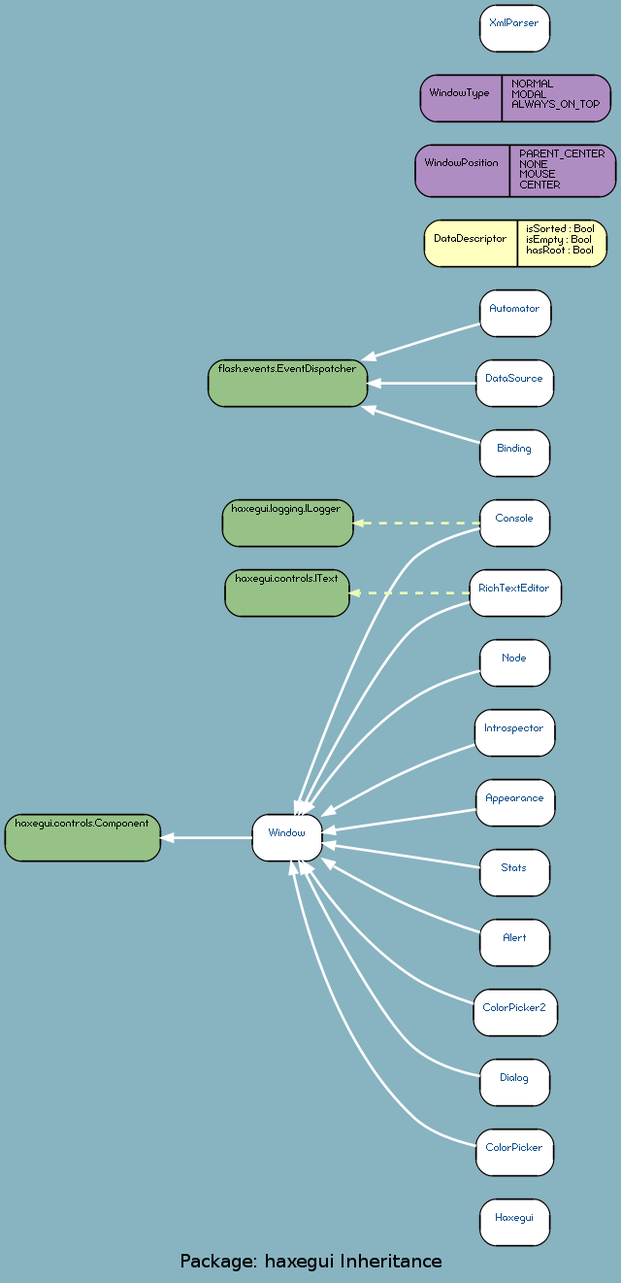
This is docs/uml/haxegui_I.png from google-code-export/haxegui, a Graphviz export, as it was before one commit. Its source is kept beside it as docs/uml/haxegui_I.dot.
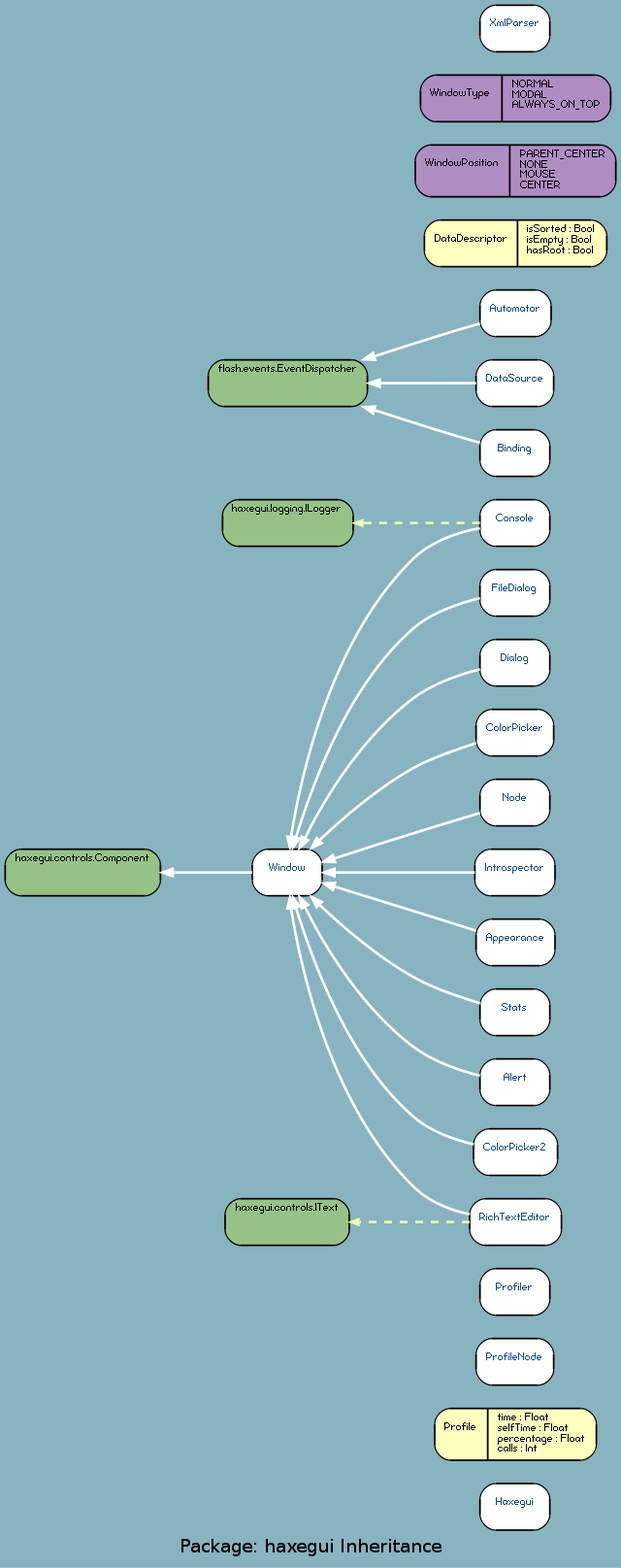
Above is the later version.

Change to the diagram source:
```diff
@@ -3,44 +3,49 @@
 	node [label="\N", style="rounded,filled", fillcolor="#96c288", fontcolor="#104E8B", fontname="FFF Harmony", fontsize=6, shape=record, color=black];
 	edge [fontname=Sans, fontsize=8, minlen="1.2", color=black, fontcolor=black];
 	graph [lp="236,12",
-		bb="0,0,472,983"];
+		bb="0,0,472,1203"];
 	"haxegui.Haxegui" [label="{\nHaxegui}", fillcolor=white, URL="../types/haxegui/Haxegui.html", tooltip="\nHaxegui", portPos=w, pos="394,43", rects="367,25,421,61", width="0.75", height="0.50"];
-	"haxegui.Window" [label="{\nWindow}", fillcolor=white, URL="../types/haxegui/Window.html", tooltip="\nWindow", portPos=w, pos="218,340", rects="191,322,245,358", width="0.75", height="0.50"];
-	"haxegui.controls.Component" [fontcolor=black, pos="60,340", rects="0,322,120,358", width="1.67", height="0.50"];
-	"haxegui.Dialog" [label="{\nDialog}", fillcolor=white, URL="../types/haxegui/Dialog.html", tooltip="\nDialog", portPos=w, pos="394,151", rects="367,133,421,169", width="0.75", height="0.50"];
-	"haxegui.Console" [label="{\nConsole}", fillcolor=white, URL="../types/haxegui/Console.html", tooltip="\nConsole", portPos=w, pos="394,583", rects="367,565,421,601", width="0.75", height="0.50"];
-	"haxegui.logging.ILogger" [fontcolor=black, pos="218,583", rects="168,565,269,601", width="1.39", height="0.50"];
-	"haxegui.Automator" [label="{\nAutomator}", fillcolor=white, URL="../types/haxegui/Automator.html", tooltip="\nAutomator", portPos=w, pos="394,745", rects="367,727,422,763", width="0.75", height="0.50"];
-	"flash.events.EventDispatcher" [fontcolor=black, pos="218,691", rects="157,673,280,709", width="1.69", height="0.50"];
-	"haxegui.RichTextEditor" [label="{\nRichTextEditor}", fillcolor=white, URL="../types/haxegui/RichTextEditor.html", tooltip="\nRichTextEditor", portPos=w, pos="394,529", rects="359,511,430,547", width="0.97", height="0.50"];
-	"haxegui.controls.IText" [fontcolor=black, pos="218,529", rects="170,511,266,547", width="1.33", height="0.50"];
-	"haxegui.DataDescriptor" [label="{\nDataDescriptor|isSorted : Bool\lisEmpty : Bool\lhasRoot : Bool\l}", fillcolor="#ffffbf", fontcolor=black, pos="394,799", rects="324,781,396,817 396,781,465,817", width="1.94", height="0.50"];
-	"haxegui.DataSource" [label="{\nDataSource}", fillcolor=white, URL="../types/haxegui/DataSource.html", tooltip="\nDataSource", portPos=w, pos="394,691", rects="364,673,424,709", width="0.83", height="0.50"];
-	"haxegui.WindowPosition" [label="{\nWindowPosition|PARENT_CENTER\lNONE\lMOUSE\lCENTER\l}", fillcolor="#af8dc3", fontcolor=black, pos="394,855", rects="317,835,390,875 390,835,472,875", width="2.14", height="0.56"];
-	"haxegui.WindowType" [label="{\nWindowType|NORMAL\lMODAL\lALWAYS_ON_TOP\l}", fillcolor="#af8dc3", fontcolor=black, pos="394,911", rects="321,893,384,929 384,893,468,929", width="2.03", height="0.50"];
-	"haxegui.ColorPicker" [label="{\nColorPicker}", fillcolor=white, URL="../types/haxegui/ColorPicker.html", tooltip="\nColorPicker", portPos=w, pos="394,97", rects="364,79,424,115", width="0.83", height="0.50"];
-	"haxegui.XmlParser" [label="{\nXmlParser}", fillcolor=white, URL="../types/haxegui/XmlParser.html", tooltip="\nXmlParser", portPos=w, pos="394,965", rects="367,947,421,983", width="0.75", height="0.50"];
-	"haxegui.Node" [label="{\nNode}", fillcolor=white, URL="../types/haxegui/Node.html", tooltip="\nNode", portPos=w, pos="394,475", rects="367,457,421,493", width="0.75", height="0.50"];
-	"haxegui.Introspector" [label="{\nIntrospector}", fillcolor=white, URL="../types/haxegui/Introspector.html", tooltip="\nIntrospector", portPos=w, pos="394,421", rects="363,403,425,439", width="0.86", height="0.50"];
-	"haxegui.Appearance" [label="{\nAppearance}", fillcolor=white, URL="../types/haxegui/Appearance.html", tooltip="\nAppearance", portPos=w, pos="394,367", rects="364,349,425,385", width="0.83", height="0.50"];
-	"haxegui.Stats" [label="{\nStats}", fillcolor=white, URL="../types/haxegui/Stats.html", tooltip="\nStats", portPos=w, pos="394,313", rects="367,295,421,331", width="0.75", height="0.50"];
-	"haxegui.Binding" [label="{\nBinding}", fillcolor=white, URL="../types/haxegui/Binding.html", tooltip="\nBinding", portPos=w, pos="394,637", rects="367,619,421,655", width="0.75", height="0.50"];
-	"haxegui.Alert" [label="{\nAlert}", fillcolor=white, URL="../types/haxegui/Alert.html", tooltip="\nAlert", portPos=w, pos="394,259", rects="367,241,421,277", width="0.75", height="0.50"];
-	"haxegui.ColorPicker2" [label="{\nColorPicker2}", fillcolor=white, URL="../types/haxegui/ColorPicker2.html", tooltip="\nColorPicker2", portPos=w, pos="394,205", rects="362,187,427,223", width="0.89", height="0.50"];
-	"haxegui.Window" -> "haxegui.controls.Component" [color=white, style=bold, arrowhead=normal, arrowsize="1.0", pos="e,120,340 191,340 175,340 152,340 130,340"];
-	"haxegui.Dialog" -> "haxegui.Window" [color=white, style=bold, arrowhead=normal, arrowsize="1.0", pos="e,227,322 367,156 351,159 330,166 316,178 293,197 252,272 232,313"];
-	"haxegui.Console" -> "haxegui.Window" [color=white, style=bold, arrowhead=normal, arrowsize="1.0", pos="e,224,358 367,579 351,575 330,568 316,556 287,529 246,420 227,368"];
-	"haxegui.Console" -> "haxegui.logging.ILogger" [color="#ebffb2", style="dashed, bold", arrowhead=normal, arrowsize="0.75", pos="e,269,583 367,583 343,583 307,583 277,583"];
-	"haxegui.Automator" -> "flash.events.EventDispatcher" [color=white, style=bold, arrowhead=normal, arrowsize="1.0", pos="e,276,709 367,737 345,731 314,721 286,712"];
-	"haxegui.RichTextEditor" -> "haxegui.Window" [color=white, style=bold, arrowhead=normal, arrowsize="1.0", pos="e,227,358 359,522 344,518 328,512 316,502 293,483 252,408 232,367"];
-	"haxegui.RichTextEditor" -> "haxegui.controls.IText" [color="#ebffb2", style="dashed, bold", arrowhead=normal, arrowsize="0.75", pos="e,266,529 359,529 334,529 302,529 274,529"];
-	"haxegui.DataSource" -> "flash.events.EventDispatcher" [color=white, style=bold, arrowhead=normal, arrowsize="1.0", pos="e,280,691 364,691 344,691 316,691 290,691"];
-	"haxegui.ColorPicker" -> "haxegui.Window" [color=white, style=bold, arrowhead=normal, arrowsize="1.0", pos="e,221,322 364,102 348,106 329,112 316,124 260,176 233,266 223,312"];
-	"haxegui.Node" -> "haxegui.Window" [color=white, style=bold, arrowhead=normal, arrowsize="1.0", pos="e,230,358 367,469 351,465 331,458 316,448 282,427 253,391 236,366"];
-	"haxegui.Introspector" -> "haxegui.Window" [color=white, style=bold, arrowhead=normal, arrowsize="1.0", pos="e,245,357 363,412 348,407 331,401 316,394 295,385 272,372 254,362"];
-	"haxegui.Appearance" -> "haxegui.Window" [color=white, style=bold, arrowhead=normal, arrowsize="1.0", pos="e,245,344 364,362 333,357 287,351 255,346"];
-	"haxegui.Stats" -> "haxegui.Window" [color=white, style=bold, arrowhead=normal, arrowsize="1.0", pos="e,245,336 367,317 337,322 289,329 255,334"];
-	"haxegui.Binding" -> "flash.events.EventDispatcher" [color=white, style=bold, arrowhead=normal, arrowsize="1.0", pos="e,276,673 367,645 345,651 314,661 286,670"];
-	"haxegui.Alert" -> "haxegui.Window" [color=white, style=bold, arrowhead=normal, arrowsize="1.0", pos="e,245,324 367,267 351,272 332,279 316,286 295,295 272,308 254,318"];
-	"haxegui.ColorPicker2" -> "haxegui.Window" [color=white, style=bold, arrowhead=normal, arrowsize="1.0", pos="e,230,322 362,212 347,217 330,223 316,232 282,254 253,289 236,314"];
+	"haxegui.Profile" [label="{\nProfile|time : Float\lselfTime : Float\lpercentage : Float\lcalls : Int\l}", fillcolor="#ffffbf", fontcolor=black, pos="394,99", rects="332,79,373,119 373,79,457,119", width="1.72", height="0.56"];
+	"haxegui.ProfileNode" [label="{\nProfileNode}", fillcolor=white, URL="../types/haxegui/ProfileNode.html", tooltip="\nProfileNode", portPos=w, pos="394,155", rects="364,137,424,173", width="0.83", height="0.50"];
+	"haxegui.Profiler" [label="{\nProfiler}", fillcolor=white, URL="../types/haxegui/Profiler.html", tooltip="\nProfiler", portPos=w, pos="394,209", rects="367,191,421,227", width="0.75", height="0.50"];
+	"haxegui.Window" [label="{\nWindow}", fillcolor=white, URL="../types/haxegui/Window.html", tooltip="\nWindow", portPos=w, pos="218,533", rects="191,515,245,551", width="0.75", height="0.50"];
+	"haxegui.controls.Component" [fontcolor=black, pos="60,533", rects="0,515,120,551", width="1.67", height="0.50"];
+	"haxegui.FileDialog" [label="{\nFileDialog}", fillcolor=white, URL="../types/haxegui/FileDialog.html", tooltip="\nFileDialog", portPos=w, pos="394,749", rects="367,731,421,767", width="0.75", height="0.50"];
+	"haxegui.Dialog" [label="{\nDialog}", fillcolor=white, URL="../types/haxegui/Dialog.html", tooltip="\nDialog", portPos=w, pos="394,695", rects="367,677,421,713", width="0.75", height="0.50"];
+	"haxegui.Console" [label="{\nConsole}", fillcolor=white, URL="../types/haxegui/Console.html", tooltip="\nConsole", portPos=w, pos="394,803", rects="367,785,421,821", width="0.75", height="0.50"];
+	"haxegui.logging.ILogger" [fontcolor=black, pos="218,803", rects="168,785,269,821", width="1.39", height="0.50"];
+	"haxegui.Automator" [label="{\nAutomator}", fillcolor=white, URL="../types/haxegui/Automator.html", tooltip="\nAutomator", portPos=w, pos="394,965", rects="367,947,422,983", width="0.75", height="0.50"];
+	"flash.events.EventDispatcher" [fontcolor=black, pos="218,911", rects="157,893,280,929", width="1.69", height="0.50"];
+	"haxegui.RichTextEditor" [label="{\nRichTextEditor}", fillcolor=white, URL="../types/haxegui/RichTextEditor.html", tooltip="\nRichTextEditor", portPos=w, pos="394,263", rects="359,245,430,281", width="0.97", height="0.50"];
+	"haxegui.controls.IText" [fontcolor=black, pos="218,263", rects="170,245,266,281", width="1.33", height="0.50"];
+	"haxegui.DataDescriptor" [label="{\nDataDescriptor|isSorted : Bool\lisEmpty : Bool\lhasRoot : Bool\l}", fillcolor="#ffffbf", fontcolor=black, pos="394,1019", rects="324,1001,396,1037 396,1001,465,1037", width="1.94", height="0.50"];
+	"haxegui.DataSource" [label="{\nDataSource}", fillcolor=white, URL="../types/haxegui/DataSource.html", tooltip="\nDataSource", portPos=w, pos="394,911", rects="364,893,424,929", width="0.83", height="0.50"];
+	"haxegui.WindowPosition" [label="{\nWindowPosition|PARENT_CENTER\lNONE\lMOUSE\lCENTER\l}", fillcolor="#af8dc3", fontcolor=black, pos="394,1075", rects="317,1055,390,1095 390,1055,472,1095", width="2.14", height="0.56"];
+	"haxegui.WindowType" [label="{\nWindowType|NORMAL\lMODAL\lALWAYS_ON_TOP\l}", fillcolor="#af8dc3", fontcolor=black, pos="394,1131", rects="321,1113,384,1149 384,1113,468,1149", width="2.03", height="0.50"];
+	"haxegui.ColorPicker" [label="{\nColorPicker}", fillcolor=white, URL="../types/haxegui/ColorPicker.html", tooltip="\nColorPicker", portPos=w, pos="394,641", rects="364,623,424,659", width="0.83", height="0.50"];
+	"haxegui.XmlParser" [label="{\nXmlParser}", fillcolor=white, URL="../types/haxegui/XmlParser.html", tooltip="\nXmlParser", portPos=w, pos="394,1185", rects="367,1167,421,1203", width="0.75", height="0.50"];
+	"haxegui.Node" [label="{\nNode}", fillcolor=white, URL="../types/haxegui/Node.html", tooltip="\nNode", portPos=w, pos="394,587", rects="367,569,421,605", width="0.75", height="0.50"];
+	"haxegui.Introspector" [label="{\nIntrospector}", fillcolor=white, URL="../types/haxegui/Introspector.html", tooltip="\nIntrospector", portPos=w, pos="394,533", rects="363,515,425,551", width="0.86", height="0.50"];
+	"haxegui.Appearance" [label="{\nAppearance}", fillcolor=white, URL="../types/haxegui/Appearance.html", tooltip="\nAppearance", portPos=w, pos="394,479", rects="364,461,425,497", width="0.83", height="0.50"];
+	"haxegui.Stats" [label="{\nStats}", fillcolor=white, URL="../types/haxegui/Stats.html", tooltip="\nStats", portPos=w, pos="394,425", rects="367,407,421,443", width="0.75", height="0.50"];
+	"haxegui.Binding" [label="{\nBinding}", fillcolor=white, URL="../types/haxegui/Binding.html", tooltip="\nBinding", portPos=w, pos="394,857", rects="367,839,421,875", width="0.75", height="0.50"];
+	"haxegui.Alert" [label="{\nAlert}", fillcolor=white, URL="../types/haxegui/Alert.html", tooltip="\nAlert", portPos=w, pos="394,371", rects="367,353,421,389", width="0.75", height="0.50"];
+	"haxegui.ColorPicker2" [label="{\nColorPicker2}", fillcolor=white, URL="../types/haxegui/ColorPicker2.html", tooltip="\nColorPicker2", portPos=w, pos="394,317", rects="362,299,427,335", width="0.89", height="0.50"];
+	"haxegui.Window" -> "haxegui.controls.Component" [color=white, style=bold, arrowhead=normal, arrowsize="1.0", pos="e,120,533 191,533 175,533 152,533 130,533"];
+	"haxegui.FileDialog" -> "haxegui.Window" [color=white, style=bold, arrowhead=normal, arrowsize="1.0", pos="e,222,551 367,745 351,741 330,734 316,722 265,678 238,602 225,561"];
+	"haxegui.Dialog" -> "haxegui.Window" [color=white, style=bold, arrowhead=normal, arrowsize="1.0", pos="e,227,551 367,690 351,686 331,679 316,668 277,639 247,591 232,560"];
+	"haxegui.Console" -> "haxegui.Window" [color=white, style=bold, arrowhead=normal, arrowsize="1.0", pos="e,220,551 367,799 350,796 330,789 316,776 253,715 229,611 221,561"];
+	"haxegui.Console" -> "haxegui.logging.ILogger" [color="#ebffb2", style="dashed, bold", arrowhead=normal, arrowsize="0.75", pos="e,269,803 367,803 343,803 307,803 277,803"];
+	"haxegui.Automator" -> "flash.events.EventDispatcher" [color=white, style=bold, arrowhead=normal, arrowsize="1.0", pos="e,276,929 367,957 345,951 314,941 286,932"];
+	"haxegui.RichTextEditor" -> "haxegui.Window" [color=white, style=bold, arrowhead=normal, arrowsize="1.0", pos="e,220,515 359,269 344,272 327,279 316,290 253,351 229,455 221,505"];
+	"haxegui.RichTextEditor" -> "haxegui.controls.IText" [color="#ebffb2", style="dashed, bold", arrowhead=normal, arrowsize="0.75", pos="e,266,263 359,263 334,263 302,263 274,263"];
+	"haxegui.DataSource" -> "flash.events.EventDispatcher" [color=white, style=bold, arrowhead=normal, arrowsize="1.0", pos="e,280,911 364,911 344,911 316,911 290,911"];
+	"haxegui.ColorPicker" -> "haxegui.Window" [color=white, style=bold, arrowhead=normal, arrowsize="1.0", pos="e,236,551 364,633 349,628 331,622 316,614 289,599 262,576 243,558"];
+	"haxegui.Node" -> "haxegui.Window" [color=white, style=bold, arrowhead=normal, arrowsize="1.0", pos="e,245,541 367,579 337,570 288,555 255,544"];
+	"haxegui.Introspector" -> "haxegui.Window" [color=white, style=bold, arrowhead=normal, arrowsize="1.0", pos="e,245,533 363,533 332,533 287,533 255,533"];
+	"haxegui.Appearance" -> "haxegui.Window" [color=white, style=bold, arrowhead=normal, arrowsize="1.0", pos="e,245,525 364,488 333,498 287,512 255,522"];
+	"haxegui.Stats" -> "haxegui.Window" [color=white, style=bold, arrowhead=normal, arrowsize="1.0", pos="e,236,515 367,432 351,437 332,443 316,452 289,467 262,490 243,508"];
+	"haxegui.Binding" -> "flash.events.EventDispatcher" [color=white, style=bold, arrowhead=normal, arrowsize="1.0", pos="e,276,893 367,865 345,871 314,881 286,890"];
+	"haxegui.Alert" -> "haxegui.Window" [color=white, style=bold, arrowhead=normal, arrowsize="1.0", pos="e,227,515 367,376 351,380 331,387 316,398 277,427 247,475 232,506"];
+	"haxegui.ColorPicker2" -> "haxegui.Window" [color=white, style=bold, arrowhead=normal, arrowsize="1.0", pos="e,222,515 362,323 346,327 329,333 316,344 265,388 238,464 225,505"];
 }
```
